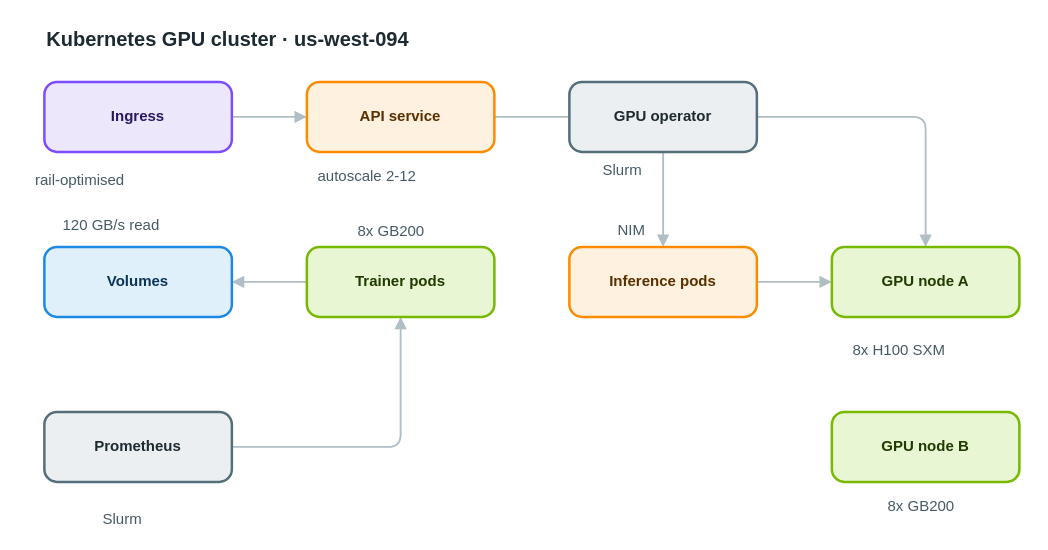
Before: apps/web/public/samples/library/094-kubernetes-gpu-cluster.drawio in AryanG01/open-apprentice, a draw.io diagram. Source tidied: cells renumbered, new cells numbered last; positions are measured from the earlier drawing's top-left corner, leaving out a move shared by most shapes. Both pictures are drawn from the tidied source at 125%, with x=0, y=0 at pixel (35, 21).
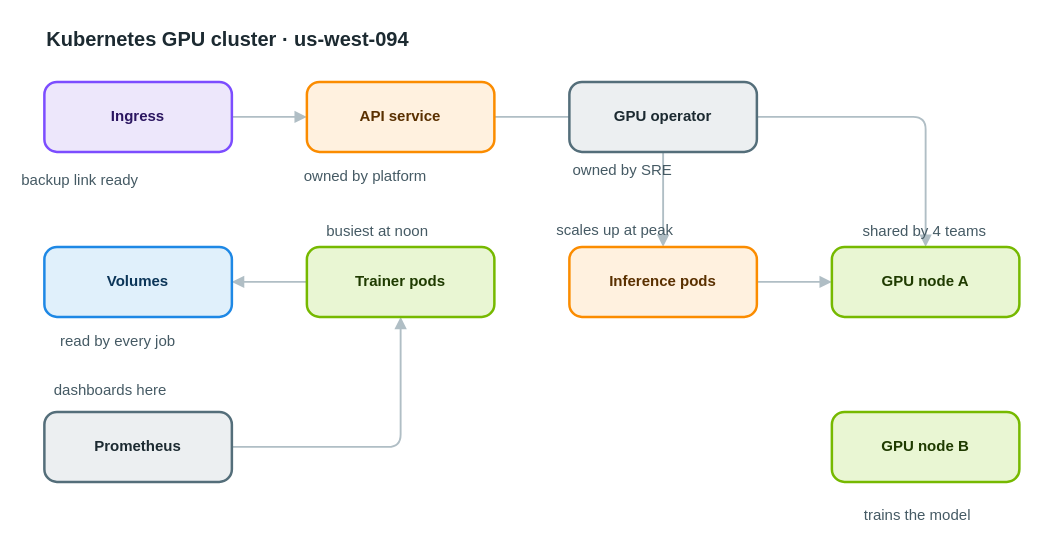
Above is the later version.

What changed in the source:
```diff
@@
-    <mxCell id="18" value="rail-optimised" style="text;html=1;align=left;verticalAlign=top;whiteSpace=nowrap;spacing=0;spacingTop=0;strokeColor=none;fillColor=none;fontSize=12;fontColor=#455a64;" parent="1" vertex="1">
-      <mxGeometry y="115" width="110" height="20" as="geometry" />
+    <mxCell id="18" value="backup link ready" style="text;html=1;align=left;verticalAlign=top;whiteSpace=nowrap;spacing=0;spacingTop=0;strokeColor=none;fillColor=none;fontSize=12;fontColor=#455a64;" parent="1" vertex="1">
+      <mxGeometry x="-11" y="115" width="131" height="20" as="geometry" />
     </mxCell>
-    <mxCell id="19" value="autoscale 2-12" style="text;html=1;align=left;verticalAlign=top;whiteSpace=nowrap;spacing=0;spacingTop=0;strokeColor=none;fillColor=none;fontSize=12;fontColor=#455a64;" parent="1" vertex="1">
-      <mxGeometry x="226" y="112" width="110" height="20" as="geometry" />
+    <mxCell id="19" value="owned by platform" style="text;html=1;align=left;verticalAlign=top;whiteSpace=nowrap;spacing=0;spacingTop=0;strokeColor=none;fillColor=none;fontSize=12;fontColor=#455a64;" parent="1" vertex="1">
+      <mxGeometry x="215" y="112" width="131" height="20" as="geometry" />
     </mxCell>
-    <mxCell id="20" value="Slurm" style="text;html=1;align=left;verticalAlign=top;whiteSpace=nowrap;spacing=0;spacingTop=0;strokeColor=none;fillColor=none;fontSize=12;fontColor=#455a64;" parent="1" vertex="1">
-      <mxGeometry x="454" y="107" width="47" height="20" as="geometry" />
+    <mxCell id="20" value="owned by SRE" style="text;html=1;align=left;verticalAlign=top;whiteSpace=nowrap;spacing=0;spacingTop=0;strokeColor=none;fillColor=none;fontSize=12;fontColor=#455a64;" parent="1" vertex="1">
+      <mxGeometry x="430" y="107" width="96" height="20" as="geometry" />
     </mxCell>
-    <mxCell id="21" value="8x GB200" style="text;html=1;align=left;verticalAlign=top;whiteSpace=nowrap;spacing=0;spacingTop=0;strokeColor=none;fillColor=none;fontSize=12;fontColor=#455a64;" parent="1" vertex="1">
-      <mxGeometry x="258" y="156" width="68" height="20" as="geometry" />
+    <mxCell id="21" value="busiest at noon" style="text;html=1;align=left;verticalAlign=top;whiteSpace=nowrap;spacing=0;spacingTop=0;strokeColor=none;fillColor=none;fontSize=12;fontColor=#455a64;" parent="1" vertex="1">
+      <mxGeometry x="233" y="156" width="117" height="20" as="geometry" />
     </mxCell>
-    <mxCell id="22" value="NIM" style="text;html=1;align=left;verticalAlign=top;whiteSpace=nowrap;spacing=0;spacingTop=0;strokeColor=none;fillColor=none;fontSize=12;fontColor=#455a64;" parent="1" vertex="1">
-      <mxGeometry x="466" y="155" width="33" height="20" as="geometry" />
+    <mxCell id="22" value="scales up at peak" style="text;html=1;align=left;verticalAlign=top;whiteSpace=nowrap;spacing=0;spacingTop=0;strokeColor=none;fillColor=none;fontSize=12;fontColor=#455a64;" parent="1" vertex="1">
+      <mxGeometry x="417" y="155" width="131" height="20" as="geometry" />
     </mxCell>
-    <mxCell id="23" value="8x H100 SXM" style="text;html=1;align=left;verticalAlign=top;whiteSpace=nowrap;spacing=0;spacingTop=0;strokeColor=none;fillColor=none;fontSize=12;fontColor=#455a64;" parent="1" vertex="1">
-      <mxGeometry x="654" y="251" width="89" height="20" as="geometry" />
+    <mxCell id="23" value="shared by 4 teams" style="text;html=1;align=left;verticalAlign=top;whiteSpace=nowrap;spacing=0;spacingTop=0;strokeColor=none;fillColor=none;fontSize=12;fontColor=#455a64;" parent="1" vertex="1">
+      <mxGeometry x="662" y="156" width="131" height="20" as="geometry" />
     </mxCell>
-    <mxCell id="24" value="8x GB200" style="text;html=1;align=left;verticalAlign=top;whiteSpace=nowrap;spacing=0;spacingTop=0;strokeColor=none;fillColor=none;fontSize=12;fontColor=#455a64;" parent="1" vertex="1">
-      <mxGeometry x="682" y="376" width="68" height="20" as="geometry" />
+    <mxCell id="24" value="trains the model" style="text;html=1;align=left;verticalAlign=top;whiteSpace=nowrap;spacing=0;spacingTop=0;strokeColor=none;fillColor=none;fontSize=12;fontColor=#455a64;" parent="1" vertex="1">
+      <mxGeometry x="663" y="383" width="124" height="20" as="geometry" />
     </mxCell>
-    <mxCell id="25" value="120 GB/s read" style="text;html=1;align=left;verticalAlign=top;whiteSpace=nowrap;spacing=0;spacingTop=0;strokeColor=none;fillColor=none;fontSize=12;fontColor=#455a64;" parent="1" vertex="1">
-      <mxGeometry x="22" y="151" width="103" height="20" as="geometry" />
+    <mxCell id="25" value="read by every job" style="text;html=1;align=left;verticalAlign=top;whiteSpace=nowrap;spacing=0;spacingTop=0;strokeColor=none;fillColor=none;fontSize=12;fontColor=#455a64;" parent="1" vertex="1">
+      <mxGeometry x="20" y="244" width="131" height="20" as="geometry" />
     </mxCell>
-    <mxCell id="26" value="Slurm" style="text;html=1;align=left;verticalAlign=top;whiteSpace=nowrap;spacing=0;spacingTop=0;strokeColor=none;fillColor=none;fontSize=12;fontColor=#455a64;" parent="1" vertex="1">
-      <mxGeometry x="54" y="386" width="47" height="20" as="geometry" />
+    <mxCell id="26" value="dashboards here" style="text;html=1;align=left;verticalAlign=top;whiteSpace=nowrap;spacing=0;spacingTop=0;strokeColor=none;fillColor=none;fontSize=12;fontColor=#455a64;" parent="1" vertex="1">
+      <mxGeometry x="15" y="283" width="117" height="20" as="geometry" />
     </mxCell>
```
